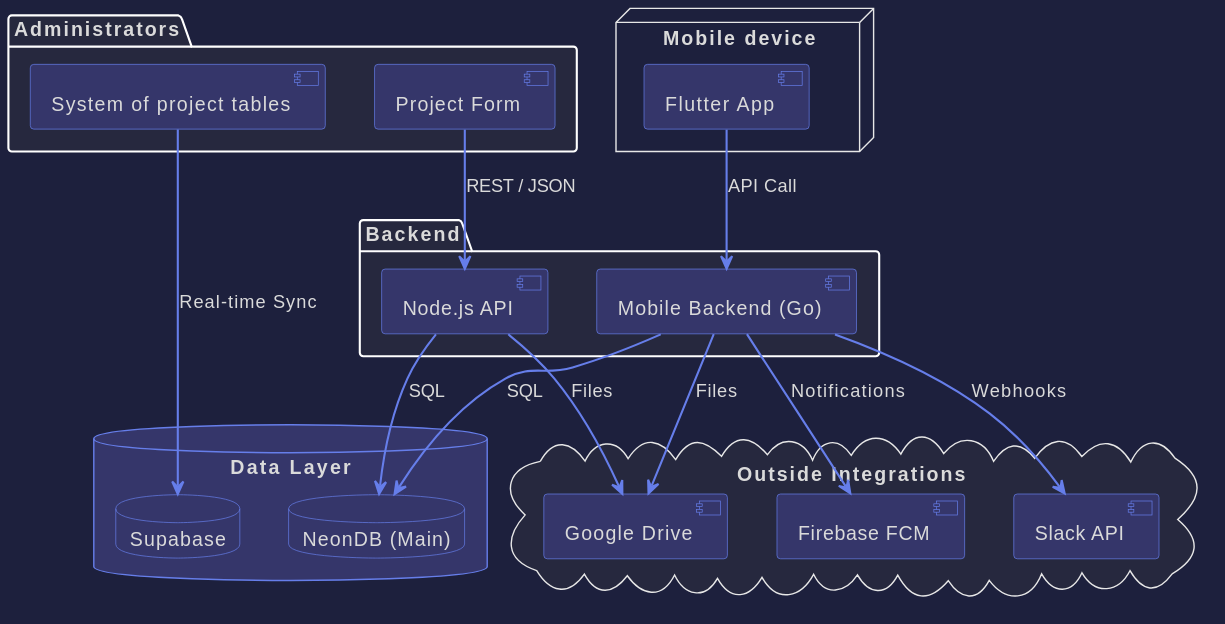
Before: assets/system_structure.svg, a diagram exported from PlantUML (ziga11/hr_system_hub). Its diagram source:
```plantuml
@startuml
!$BG_DARK = "#1d203d"
!$PRIMARY = "#667eea"
!$SECONDARY = "#35366a"
!$WHITE = "#dadada"

skinparam backgroundColor $BG_DARK
skinparam componentStyle uml2
skinparam DefaultFontColor $WHITE
skinparam shadowing false
skinparam ArrowColor $PRIMARY
skinparam ArrowThickness 1.5
skinparam ArrowFontColor $WHITE

skinparam component {
    BackgroundColor $SECONDARY
    BorderColor $PRIMARY
    FontColor $WHITE
}

skinparam database {
    BackgroundColor $SECONDARY
    BorderColor $PRIMARY
    FontColor $WHITE
}

skinparam interface {
    BackgroundColor $PRIMARY
    BorderColor $PRIMARY
}

package "Administrators" #26283e {
    [Project Form] as PO
    [System of project tables] as B
}

package "Backend" #26283e {
    [Mobile Backend (Go)] as MB
    [Node.js API] as NB
}

database "Data Layer" {
    database "NeonDB (Main)" as ND
    database "Supabase" as S
}

cloud "Outside Integrations" #26283e {
    [Google Drive] as GD
    [Slack API] as SL
    [Firebase FCM] as FCM
}

node "Mobile device" {
    [Flutter App] as FA
}

PO --> NB : REST / JSON
B --> S : Real-time Sync
NB --> ND : SQL
NB --> GD : Files
MB -->GD : Files
MB --> ND : SQL
MB --> SL : Webhooks
MB --> FCM : Notifications
FA --> MB : API Call
@enduml
```
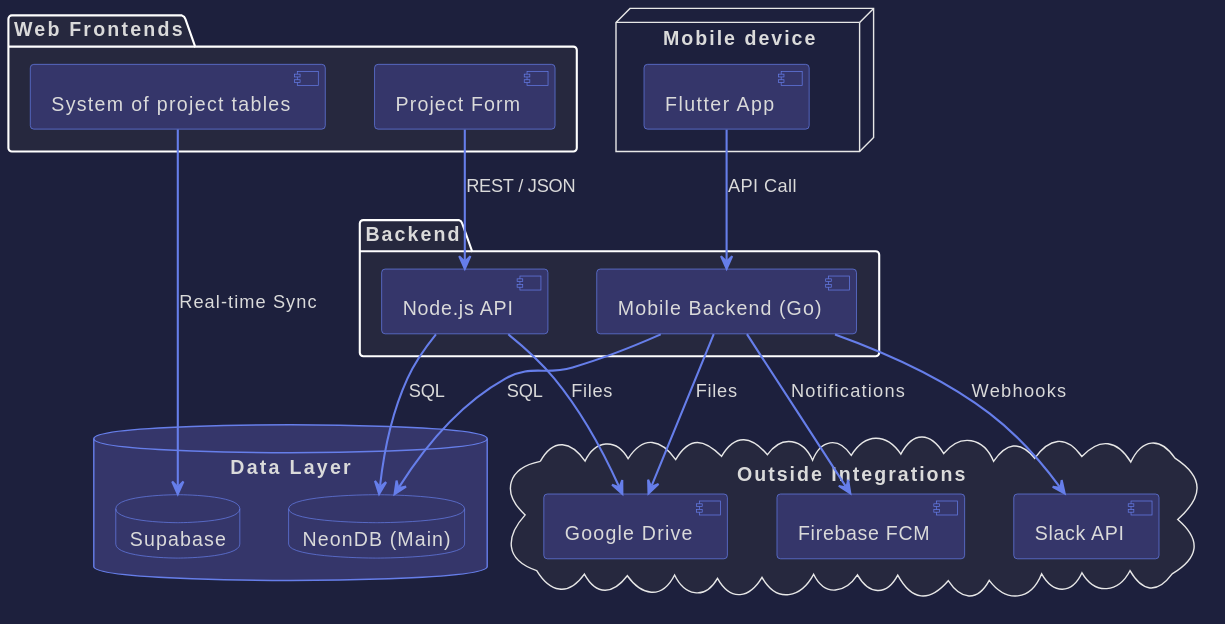
Above is the later version.

Commit message:
added structure img

What changed in the source:
```diff
@@ -29,7 +29,7 @@
     BorderColor $PRIMARY
 }
 
-package "Administrators" #26283e {
+package "Web Frontends" #26283e {
     [Project Form] as PO
     [System of project tables] as B
 }
```
